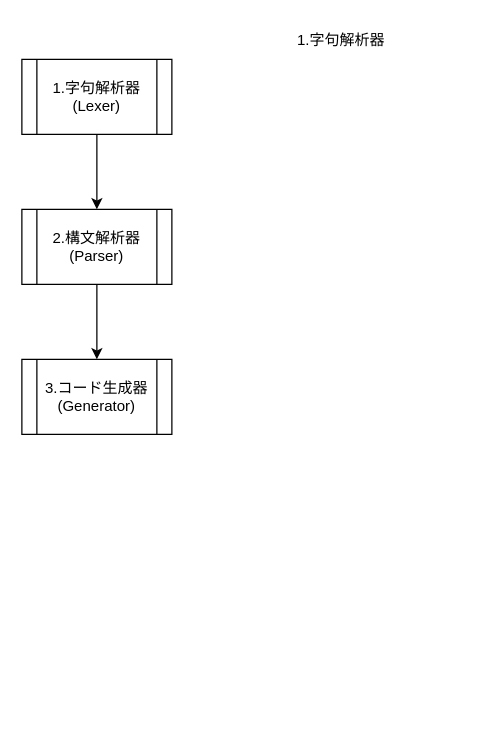
Before: design/markdown.dio in neko-0406/multieditor, a draw.io diagram. Source tidied: cells renumbered, new cells numbered last; positions are measured from the earlier drawing's top-left corner, leaving out a move shared by most shapes. Both pictures are drawn from the tidied source at 125%, with x=0, y=0 at pixel (21, 21).
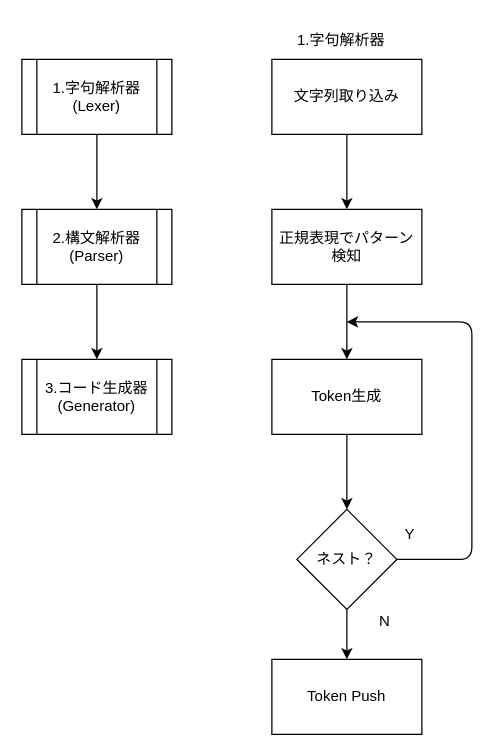
Above is the later version.

Commit message:
lexer design

Diff of the diagram source:
```diff
@@
+    <mxCell id="8" style="edgeStyle=none;html=1;" parent="1" edge="1" source="9">
+      <mxGeometry relative="1" as="geometry">
+        <mxPoint x="260" y="150" as="targetPoint" />
+      </mxGeometry>
+    </mxCell>
+    <mxCell id="9" value="文字列取り込み" style="rounded=0;whiteSpace=wrap;html=1;" parent="1" vertex="1">
+      <mxGeometry x="200" y="30" width="120" height="60" as="geometry" />
+    </mxCell>
+    <mxCell id="10" style="edgeStyle=none;html=1;" parent="1" edge="1" source="11">
+      <mxGeometry relative="1" as="geometry">
+        <mxPoint x="260" y="270" as="targetPoint" />
+      </mxGeometry>
+    </mxCell>
+    <mxCell id="11" value="正規表現でパターン検知" style="whiteSpace=wrap;html=1;" parent="1" vertex="1">
+      <mxGeometry x="200" y="150" width="120" height="60" as="geometry" />
+    </mxCell>
+    <mxCell id="12" style="edgeStyle=none;html=1;entryX=0.5;entryY=0;entryDx=0;entryDy=0;" parent="1" edge="1" source="13" target="16">
+      <mxGeometry relative="1" as="geometry" />
+    </mxCell>
+    <mxCell id="13" value="Token生成" style="whiteSpace=wrap;html=1;" parent="1" vertex="1">
+      <mxGeometry x="200" y="270" width="120" height="60" as="geometry" />
+    </mxCell>
+    <mxCell id="14" style="edgeStyle=none;html=1;" parent="1" edge="1" source="16">
+      <mxGeometry relative="1" as="geometry">
+        <mxPoint x="260" y="510" as="targetPoint" />
+      </mxGeometry>
+    </mxCell>
+    <mxCell id="15" style="edgeStyle=none;html=1;" parent="1" edge="1" source="16">
+      <mxGeometry relative="1" as="geometry">
+        <mxPoint x="260" y="240" as="targetPoint" />
+        <Array as="points">
+          <mxPoint x="360" y="430" />
+          <mxPoint x="360" y="340" />
+          <mxPoint x="360" y="240" />
+        </Array>
+      </mxGeometry>
+    </mxCell>
+    <mxCell id="16" value="ネスト？" style="rhombus;whiteSpace=wrap;html=1;" parent="1" vertex="1">
+      <mxGeometry x="220" y="390" width="80" height="80" as="geometry" />
+    </mxCell>
+    <mxCell id="17" value="N" style="text;html=1;align=center;verticalAlign=middle;strokeColor=none;fillColor=none;" parent="1" vertex="1">
+      <mxGeometry x="275" y="465" width="30" height="30" as="geometry" />
+    </mxCell>
+    <mxCell id="18" value="Y" style="text;html=1;align=center;verticalAlign=middle;strokeColor=none;fillColor=none;" parent="1" vertex="1">
+      <mxGeometry x="295" y="395" width="30" height="30" as="geometry" />
+    </mxCell>
+    <mxCell id="19" value="Token Push" style="whiteSpace=wrap;html=1;" parent="1" vertex="1">
+      <mxGeometry x="200" y="510" width="120" height="60" as="geometry" />
+    </mxCell>
```
